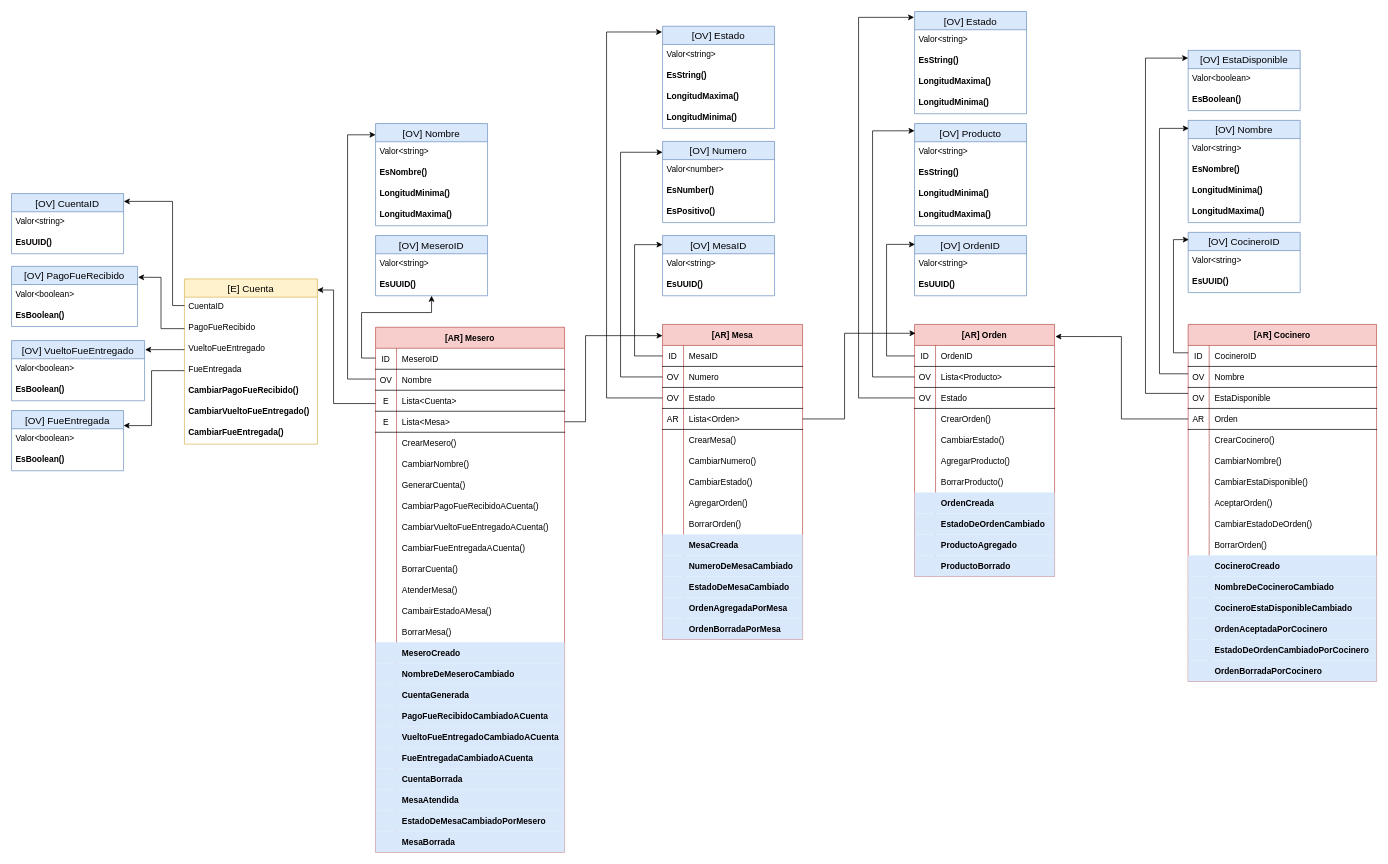
Above: page "Model" (3 of 3) of DDD Restaurante - Christian Britos.drawio in xtianbritos/C1-2023-DDD-Uruguay (draw.io), before the change. Source tidied: cells renumbered, new cells numbered last; positions are measured from the earlier drawing's top-left corner, leaving out a move shared by most shapes. Both pictures are drawn from the tidied source at 70%, with x=0, y=0 at pixel (11, 11).
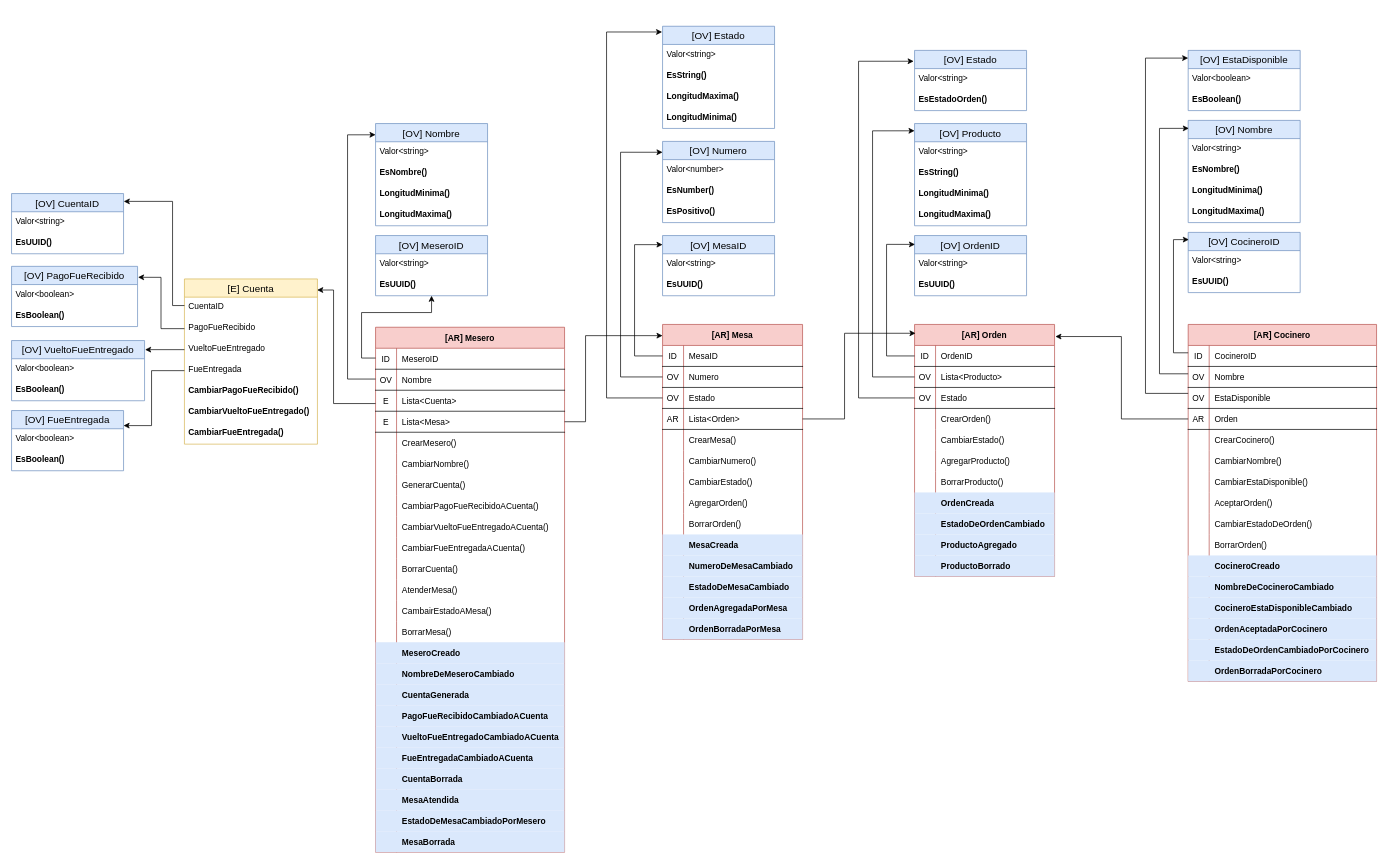
Above is the later version.

Unchanged cells that the change refers to:
```xml
<mxCell id="170" style="shape=tableRow;horizontal=0;startSize=0;swimlaneHead=0;swimlaneBody=0;fillColor=none;points=[[0,0.5],[1,0.5]];portConstraint=eastwest;top=0;left=0;right=0;bottom=1;" parent="163" vertex="1">
  <mxGeometry y="90" width="200" height="30" as="geometry" />
</mxCell>
```

Diff of the diagram source:
```diff
@@
     <mxCell id="255" value="[OV] Estado" style="swimlane;fontStyle=0;horizontal=1;startSize=26;align=center;fontSize=14;fillColor=#dae8fc;strokeColor=#6c8ebf;" parent="1" vertex="1">
-      <mxGeometry x="1290" width="160" height="146" as="geometry" />
+      <mxGeometry x="1290" y="55.5" width="160" height="86" as="geometry" />
     </mxCell>
@@
-    <mxCell id="257" value="EsString()" style="text;strokeColor=none;fillColor=none;spacingLeft=4;spacingRight=4;overflow=hidden;fontSize=12;fontStyle=1;" parent="255" vertex="1">
+    <mxCell id="257" value="EsEstadoOrden()" style="text;strokeColor=none;fillColor=none;spacingLeft=4;spacingRight=4;overflow=hidden;fontSize=12;fontStyle=1;" parent="255" vertex="1">
       <mxGeometry y="56" width="160" height="30" as="geometry" />
     </mxCell>
-    <mxCell id="258" value="LongitudMaxima()" style="text;strokeColor=none;fillColor=none;spacingLeft=4;spacingRight=4;overflow=hidden;fontSize=12;fontStyle=1;" parent="255" vertex="1">
-      <mxGeometry y="86" width="160" height="30" as="geometry" />
-    </mxCell>
-    <mxCell id="259" value="LongitudMinima()" style="text;strokeColor=none;fillColor=none;spacingLeft=4;spacingRight=4;overflow=hidden;fontSize=12;fontStyle=1;" parent="255" vertex="1">
-      <mxGeometry y="116" width="160" height="30" as="geometry" />
-    </mxCell>
-    <mxCell id="260" style="edgeStyle=orthogonalEdgeStyle;rounded=0;jettySize=auto;html=1;entryX=-0.004;entryY=0.057;entryDx=0;entryDy=0;entryPerimeter=0;" parent="1" edge="1" source="170" target="255">
+    <mxCell id="260" style="edgeStyle=orthogonalEdgeStyle;rounded=0;jettySize=auto;html=1;entryX=-0.008;entryY=0.18;entryDx=0;entryDy=0;entryPerimeter=0;" parent="1" edge="1" source="170" target="255">
       <mxGeometry relative="1" as="geometry">
         <Array as="points">
           <mxPoint x="1210" y="552" />
-          <mxPoint x="1210" y="8" />
+          <mxPoint x="1210" y="71" />
         </Array>
       </mxGeometry>
     </mxCell>
```
